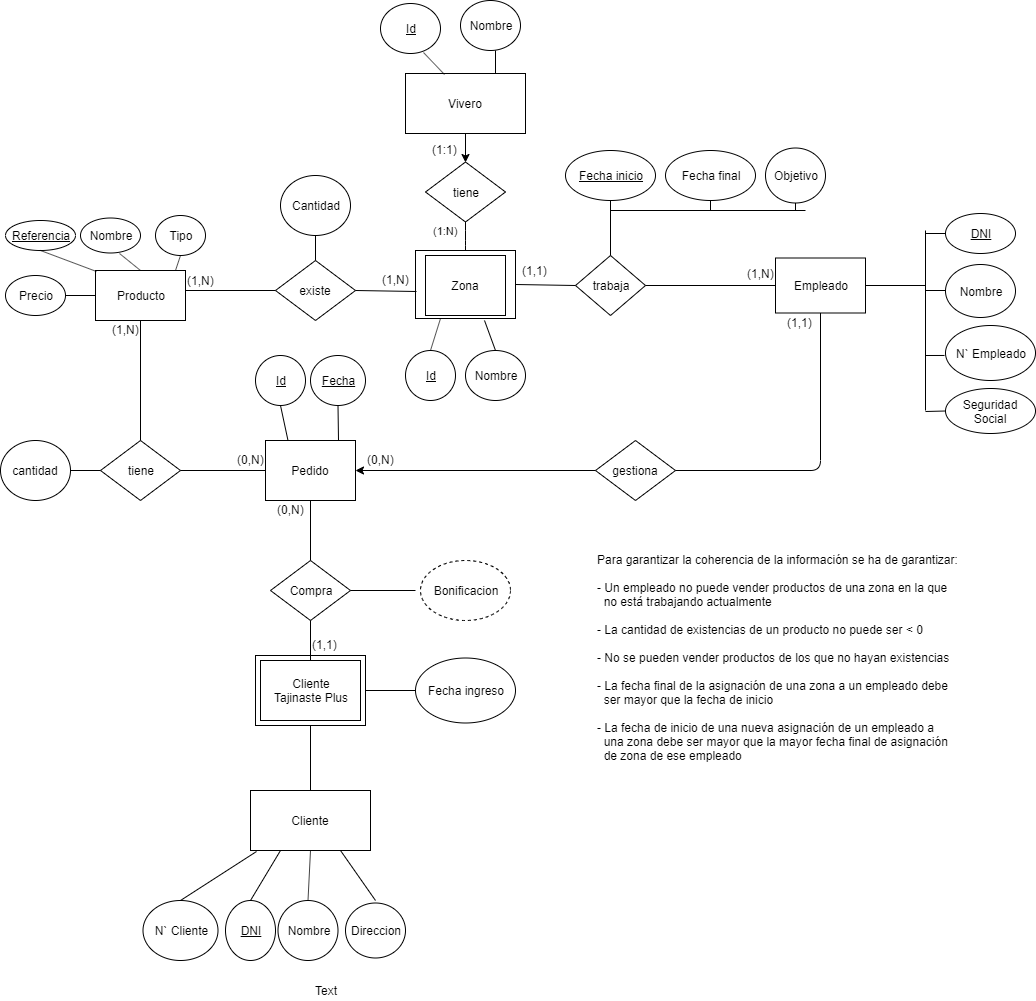
Before: viveros.png, a diagram exported from draw.io (Zanuro/BDD). Source tidied: cells renumbered, new cells last; positions are measured from the earlier drawing's top-left corner, leaving out a move shared by most shapes.
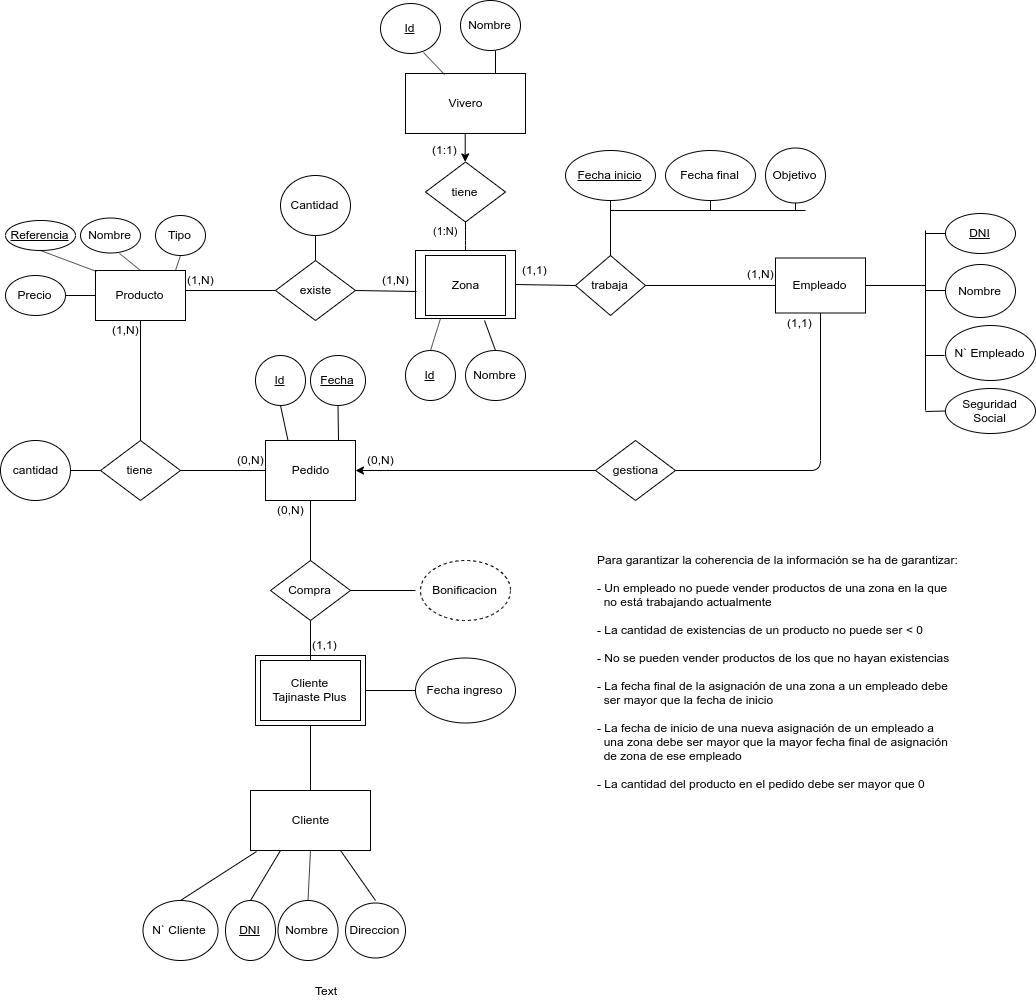
After the change.

Change to the diagram source:
```diff
@@ -325,8 +325,8 @@
     <mxCell id="92" value="Text" style="text;html=1;strokeColor=none;fillColor=none;align=center;verticalAlign=middle;whiteSpace=wrap;rounded=0;" parent="1" vertex="1">
       <mxGeometry x="305" y="980" width="40" height="20" as="geometry" />
     </mxCell>
-    <mxCell id="93" value="Para garantizar la coherencia de la información se ha de garantizar:&lt;br&gt;&lt;br&gt;- Un empleado no puede vender productos de una zona en la que&lt;br&gt;&amp;nbsp; no está trabajando actualmente&lt;br&gt;&lt;br&gt;- La cantidad de existencias de un producto no puede ser &amp;lt; 0&lt;br&gt;&lt;br&gt;- No se pueden vender productos de los que no hayan existencias&lt;br&gt;&lt;br&gt;- La fecha final de la asignación de una zona a un empleado debe&lt;br&gt;&amp;nbsp; ser mayor que la fecha de inicio&lt;br&gt;&lt;br&gt;- La fecha de inicio de una nueva asignación de un empleado a&lt;br&gt;&amp;nbsp; una zona debe ser mayor que la mayor fecha final de asignación&lt;br&gt;&amp;nbsp; de zona de ese empleado&amp;nbsp;" style="text;html=1;align=left;verticalAlign=top;spacingTop=-4;" parent="1" vertex="1">
-      <mxGeometry x="595" y="550" width="380" height="210" as="geometry" />
+    <mxCell id="93" value="Para garantizar la coherencia de la información se ha de garantizar:&lt;br&gt;&lt;br&gt;- Un empleado no puede vender productos de una zona en la que&lt;br&gt;&amp;nbsp; no está trabajando actualmente&lt;br&gt;&lt;br&gt;- La cantidad de existencias de un producto no puede ser &amp;lt; 0&lt;br&gt;&lt;br&gt;- No se pueden vender productos de los que no hayan existencias&lt;br&gt;&lt;br&gt;- La fecha final de la asignación de una zona a un empleado debe&lt;br&gt;&amp;nbsp; ser mayor que la fecha de inicio&lt;br&gt;&lt;br&gt;- La fecha de inicio de una nueva asignación de un empleado a&lt;br&gt;&amp;nbsp; una zona debe ser mayor que la mayor fecha final de asignación&lt;br&gt;&amp;nbsp; de zona de ese empleado&amp;nbsp;&lt;br&gt;&lt;br&gt;- La cantidad del producto en el pedido debe ser mayor que 0" style="text;html=1;align=left;verticalAlign=top;spacingTop=-4;" parent="1" vertex="1">
+      <mxGeometry x="595" y="550" width="380" height="240" as="geometry" />
     </mxCell>
     <mxCell id="94" value="tiene" style="rhombus;whiteSpace=wrap;html=1;" parent="1" vertex="1">
       <mxGeometry x="425" y="161.5" width="80" height="60" as="geometry" />
```
